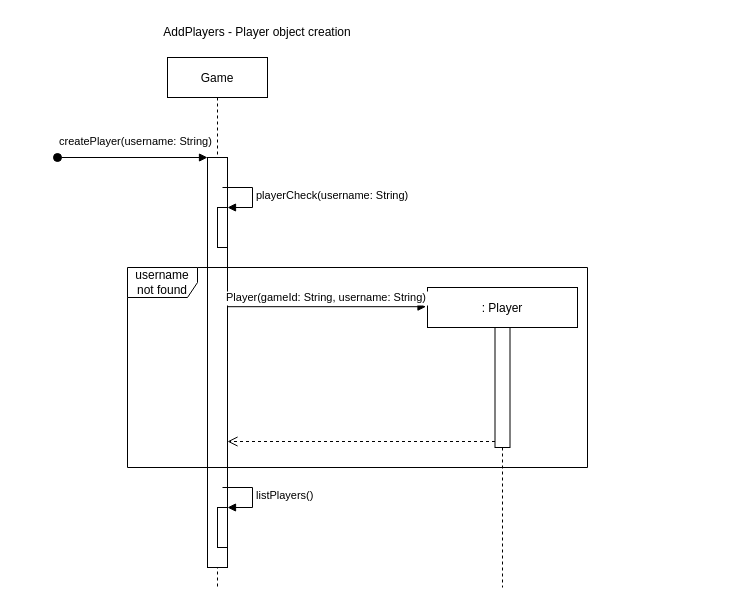
Before: Diagrams/Sequence Diagrams/TheGooseGame_SD_addPlayers.drawio in diegorodolfofranco/the-goose-game, a draw.io diagram. Source tidied: cells renumbered, new cells numbered last; positions are measured from the earlier drawing's top-left corner, leaving out a move shared by most shapes. Both pictures are drawn from the tidied source at 100%, with x=0, y=0 at pixel (57, 17).
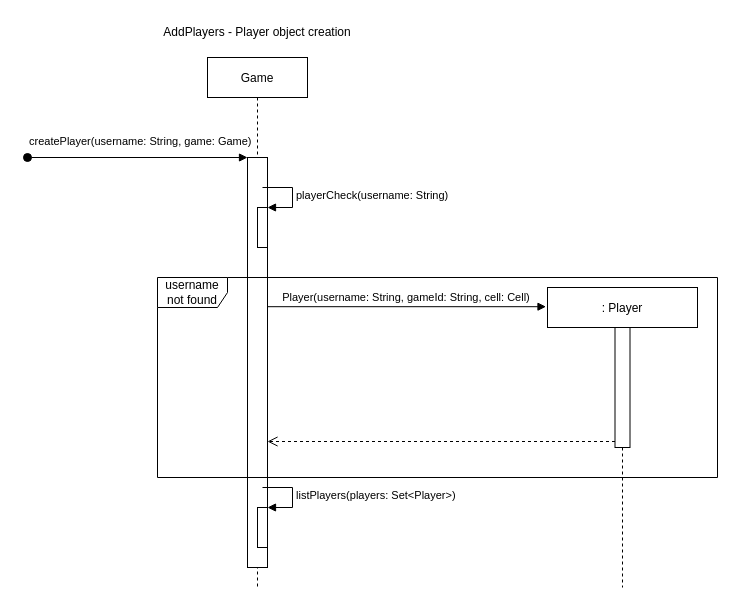
Above is the later version.

Commit message (it also covers changes not shown here):
Updated code - the game works correctly

The edit, as a diff of the source:
```diff
@@
 <mxGraphModel>
   <root>
     <mxCell id="0" />
     <mxCell id="1" parent="0" />
     <mxCell id="2" value="Game" style="shape=umlLifeline;perimeter=lifelinePerimeter;rounded=0;shadow=0;strokeWidth=1;" parent="1" vertex="1">
-      <mxGeometry x="110" y="40" width="100" height="530" as="geometry" />
+      <mxGeometry x="150" y="40" width="100" height="530" as="geometry" />
     </mxCell>
     <mxCell id="3" style="points=[];perimeter=orthogonalPerimeter;rounded=0;shadow=0;strokeWidth=1;" parent="2" vertex="1">
       <mxGeometry x="40" y="100" width="20" height="410" as="geometry" />
     </mxCell>
     <mxCell id="4" style="verticalAlign=bottom;startArrow=oval;endArrow=block;startSize=8;shadow=0;strokeWidth=1;" parent="2" edge="1" target="3">
       <mxGeometry x="-0.5" y="10" relative="1" as="geometry">
-        <mxPoint x="-110" y="100" as="sourcePoint" />
+        <mxPoint x="-180" y="100" as="sourcePoint" />
       </mxGeometry>
     </mxCell>
     <mxCell id="5" style="html=1;points=[];perimeter=orthogonalPerimeter;shadow=0;" parent="2" vertex="1">
       <mxGeometry x="50" y="150" width="10" height="40" as="geometry" />
     </mxCell>
     <mxCell id="6" value="playerCheck(username: String)" style="edgeStyle=orthogonalEdgeStyle;html=1;align=left;spacingLeft=2;endArrow=block;rounded=0;entryX=1;entryY=0;" parent="2" edge="1" target="5">
       <mxGeometry relative="1" as="geometry">
         <mxPoint x="55" y="130" as="sourcePoint" />
         <Array as="points">
           <mxPoint x="85" y="130" />
         </Array>
       </mxGeometry>
     </mxCell>
     <mxCell id="7" style="html=1;points=[];perimeter=orthogonalPerimeter;shadow=0;" parent="2" vertex="1">
       <mxGeometry x="50" y="450" width="10" height="40" as="geometry" />
     </mxCell>
-    <mxCell id="8" value="listPlayers()" style="edgeStyle=orthogonalEdgeStyle;html=1;align=left;spacingLeft=2;endArrow=block;rounded=0;entryX=1;entryY=0;" parent="2" edge="1" target="7">
+    <mxCell id="8" value="listPlayers(players: Set&amp;lt;Player&amp;gt;)" style="edgeStyle=orthogonalEdgeStyle;html=1;align=left;spacingLeft=2;endArrow=block;rounded=0;entryX=1;entryY=0;" parent="2" edge="1" target="7">
       <mxGeometry relative="1" as="geometry">
         <mxPoint x="55" y="430" as="sourcePoint" />
         <Array as="points">
           <mxPoint x="85" y="430" />
         </Array>
       </mxGeometry>
     </mxCell>
-    <mxCell id="9" value="username not found" style="shape=umlFrame;whiteSpace=wrap;html=1;shadow=0;width=70;height=30;" parent="2" vertex="1">
-      <mxGeometry x="-40" y="210" width="460" height="200" as="geometry" />
-    </mxCell>
     <mxCell id="10" value=": Player" style="shape=umlLifeline;perimeter=lifelinePerimeter;rounded=0;shadow=0;strokeWidth=1;" parent="1" vertex="1">
-      <mxGeometry x="370" y="270" width="150" height="300" as="geometry" />
+      <mxGeometry x="490" y="270" width="150" height="300" as="geometry" />
     </mxCell>
     <mxCell id="11" style="points=[];perimeter=orthogonalPerimeter;rounded=0;shadow=0;strokeWidth=1;" parent="10" vertex="1">
       <mxGeometry x="67.5" y="40" width="15" height="120" as="geometry" />
     </mxCell>
+    <mxCell id="9" value="username not found" style="shape=umlFrame;whiteSpace=wrap;html=1;shadow=0;width=70;height=30;" parent="10" vertex="1">
+      <mxGeometry x="-390" y="-10" width="560" height="200" as="geometry" />
+    </mxCell>
     <mxCell id="12" style="verticalAlign=bottom;endArrow=open;dashed=1;endSize=8;exitX=0;exitY=0.95;shadow=0;strokeWidth=1;" parent="1" edge="1" source="11" target="3">
       <mxGeometry relative="1" as="geometry" />
     </mxCell>
-    <mxCell id="13" value="Player(gameId: String, username: String)" style="verticalAlign=bottom;endArrow=block;entryX=-0.01;entryY=0.064;shadow=0;strokeWidth=1;entryDx=0;entryDy=0;entryPerimeter=0;" parent="1" edge="1" source="3" target="10">
+    <mxCell id="13" value="Player(username: String, gameId: String, cell: Cell)" style="verticalAlign=bottom;endArrow=block;entryX=-0.01;entryY=0.064;shadow=0;strokeWidth=1;entryDx=0;entryDy=0;entryPerimeter=0;" parent="1" edge="1" source="3" target="10">
       <mxGeometry relative="1" as="geometry" />
     </mxCell>
     <mxCell id="14" value="AddPlayers - Player object creation" style="text;html=1;strokeColor=none;fillColor=none;align=center;verticalAlign=middle;whiteSpace=wrap;rounded=0;" parent="1" vertex="1">
       <mxGeometry x="70" width="260" height="30" as="geometry" />
     </mxCell>
-    <mxCell id="15" value="&lt;span style=&quot;color: rgb(0, 0, 0); font-family: Helvetica; font-size: 11px; font-style: normal; font-variant-ligatures: normal; font-variant-caps: normal; font-weight: 400; letter-spacing: normal; orphans: 2; text-align: center; text-indent: 0px; text-transform: none; widows: 2; word-spacing: 0px; -webkit-text-stroke-width: 0px; background-color: rgb(255, 255, 255); text-decoration-thickness: initial; text-decoration-style: initial; text-decoration-color: initial; float: none; display: inline !important;&quot;&gt;createPlayer(username: String)&lt;/span&gt;" style="text;whiteSpace=wrap;html=1;" parent="1" vertex="1">
-      <mxGeometry y="110" width="160" height="40" as="geometry" />
+    <mxCell id="15" value="&lt;span style=&quot;color: rgb(0, 0, 0); font-family: Helvetica; font-size: 11px; font-style: normal; font-variant-ligatures: normal; font-variant-caps: normal; font-weight: 400; letter-spacing: normal; orphans: 2; text-align: center; text-indent: 0px; text-transform: none; widows: 2; word-spacing: 0px; -webkit-text-stroke-width: 0px; background-color: rgb(255, 255, 255); text-decoration-thickness: initial; text-decoration-style: initial; text-decoration-color: initial; float: none; display: inline !important;&quot;&gt;createPlayer(username: String, game: Game)&lt;br&gt;&lt;/span&gt;" style="text;whiteSpace=wrap;html=1;" parent="1" vertex="1">
+      <mxGeometry x="-30" y="110" width="230" height="40" as="geometry" />
     </mxCell>
   </root>
 </mxGraphModel>
```
